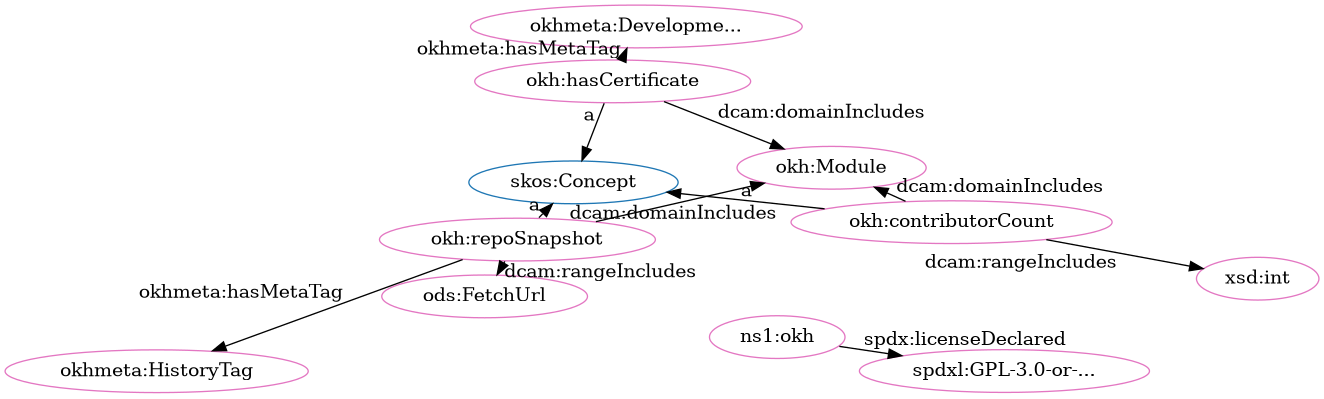
Before: src/spec/dot_okh_proposed-clean.png, a diagram exported from Graphviz (iop-alliance/OpenKnowHow). Its source is kept beside it as src/spec/dot_okh_proposed-clean.dot.
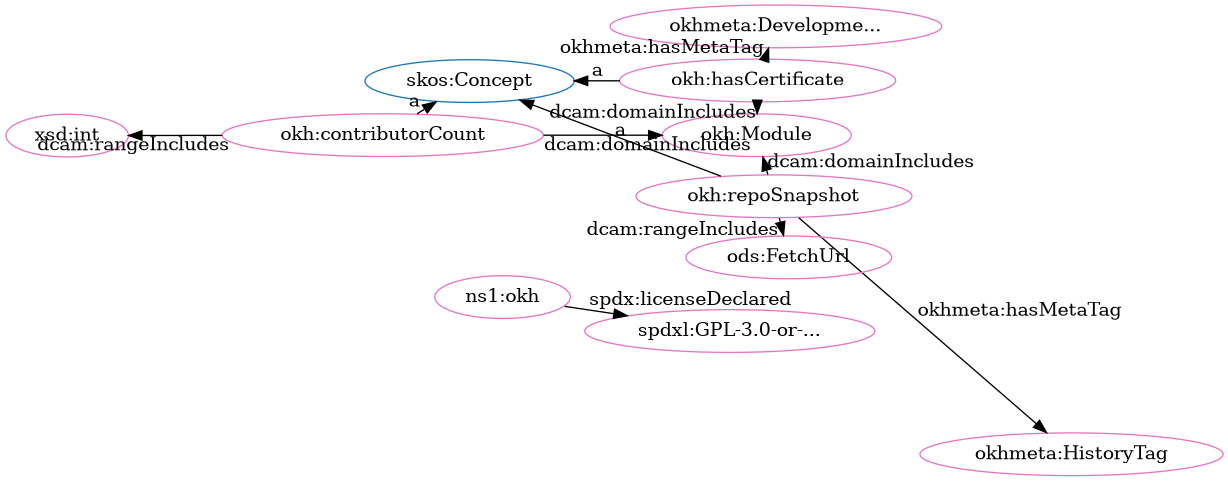
After the change.

Diff of the diagram source:
```diff
@@ -2,25 +2,25 @@
   rankdir=BT
   node[height=.3]
 "http://www.w3.org/2004/02/skos/core#Concept" [fillcolor="#1f77b4" color="#1f77b4" label="skos:Concept"]
+"http://w3id.org/oseg/ont/okh" [fillcolor="#e377c2" color="#e377c2" label="ns1:okh"]
 "http://w3id.org/oseg/ont/okh#Module" [fillcolor="#e377c2" color="#e377c2" label="okh:Module"]
-"http://w3id.org/oseg/ont/okh" [fillcolor="#e377c2" color="#e377c2" label="ns1:okh"]
-"http://spdx.org/licenses/GPL-3.0-or-later" [fillcolor="#e377c2" color="#e377c2" label="spdxl:GPL-3.0-or-..."]
-"http://w3id.org/oseg/ont/ods#FetchUrl" [fillcolor="#e377c2" color="#e377c2" label="ods:FetchUrl"]
 "http://w3id.org/oseg/ont/okh#hasCertificate" [fillcolor="#e377c2" color="#e377c2" label="okh:hasCertificate"]
 "http://w3id.org/oseg/ont/okhmeta#DevelopmentTag" [fillcolor="#e377c2" color="#e377c2" label="okhmeta:Developme..."]
+"http://w3id.org/oseg/ont/okhmeta#HistoryTag" [fillcolor="#e377c2" color="#e377c2" label="okhmeta:HistoryTag"]
+"http://spdx.org/licenses/GPL-3.0-or-later" [fillcolor="#e377c2" color="#e377c2" label="spdxl:GPL-3.0-or-..."]
+"http://w3id.org/oseg/ont/okh#contributorCount" [fillcolor="#e377c2" color="#e377c2" label="okh:contributorCount"]
 "http://w3id.org/oseg/ont/okh#repoSnapshot" [fillcolor="#e377c2" color="#e377c2" label="okh:repoSnapshot"]
-"http://w3id.org/oseg/ont/okhmeta#HistoryTag" [fillcolor="#e377c2" color="#e377c2" label="okhmeta:HistoryTag"]
+"http://w3id.org/oseg/ont/ods#FetchUrl" [fillcolor="#e377c2" color="#e377c2" label="ods:FetchUrl"]
 "http://www.w3.org/2001/XMLSchema#int" [fillcolor="#e377c2" color="#e377c2" label="xsd:int"]
-"http://w3id.org/oseg/ont/okh#contributorCount" [fillcolor="#e377c2" color="#e377c2" label="okh:contributorCount"]
+  "http://w3id.org/oseg/ont/okh#hasCertificate" -> "http://w3id.org/oseg/ont/okh#Module" [label="dcam:domainIncludes"]
+  "http://w3id.org/oseg/ont/okh#contributorCount" -> "http://w3id.org/oseg/ont/okh#Module" [label="dcam:domainIncludes"]
+  "http://w3id.org/oseg/ont/okh#repoSnapshot" -> "http://w3id.org/oseg/ont/okh#Module" [label="dcam:domainIncludes"]
+  "http://w3id.org/oseg/ont/okh#repoSnapshot" -> "http://w3id.org/oseg/ont/ods#FetchUrl" [label="dcam:rangeIncludes"]
+  "http://w3id.org/oseg/ont/okh#contributorCount" -> "http://www.w3.org/2001/XMLSchema#int" [label="dcam:rangeIncludes"]
+  "http://w3id.org/oseg/ont/okh#hasCertificate" -> "http://www.w3.org/2004/02/skos/core#Concept" [label="a"]
+  "http://w3id.org/oseg/ont/okh#hasCertificate" -> "http://w3id.org/oseg/ont/okhmeta#DevelopmentTag" [label="okhmeta:hasMetaTag"]
+  "http://w3id.org/oseg/ont/okh#repoSnapshot" -> "http://w3id.org/oseg/ont/okhmeta#HistoryTag" [label="okhmeta:hasMetaTag"]
   "http://w3id.org/oseg/ont/okh" -> "http://spdx.org/licenses/GPL-3.0-or-later" [label="spdx:licenseDeclared"]
-  "http://w3id.org/oseg/ont/okh#repoSnapshot" -> "http://w3id.org/oseg/ont/ods#FetchUrl" [label="dcam:rangeIncludes"]
-  "http://w3id.org/oseg/ont/okh#hasCertificate" -> "http://www.w3.org/2004/02/skos/core#Concept" [label="a"]
+  "http://w3id.org/oseg/ont/okh#contributorCount" -> "http://www.w3.org/2004/02/skos/core#Concept" [label="a"]
   "http://w3id.org/oseg/ont/okh#repoSnapshot" -> "http://www.w3.org/2004/02/skos/core#Concept" [label="a"]
-  "http://w3id.org/oseg/ont/okh#repoSnapshot" -> "http://w3id.org/oseg/ont/okhmeta#HistoryTag" [label="okhmeta:hasMetaTag"]
-  "http://w3id.org/oseg/ont/okh#contributorCount" -> "http://www.w3.org/2001/XMLSchema#int" [label="dcam:rangeIncludes"]
-  "http://w3id.org/oseg/ont/okh#contributorCount" -> "http://www.w3.org/2004/02/skos/core#Concept" [label="a"]
-  "http://w3id.org/oseg/ont/okh#hasCertificate" -> "http://w3id.org/oseg/ont/okh#Module" [label="dcam:domainIncludes"]
-  "http://w3id.org/oseg/ont/okh#hasCertificate" -> "http://w3id.org/oseg/ont/okhmeta#DevelopmentTag" [label="okhmeta:hasMetaTag"]
-  "http://w3id.org/oseg/ont/okh#repoSnapshot" -> "http://w3id.org/oseg/ont/okh#Module" [label="dcam:domainIncludes"]
-  "http://w3id.org/oseg/ont/okh#contributorCount" -> "http://w3id.org/oseg/ont/okh#Module" [label="dcam:domainIncludes"]
 }
```
